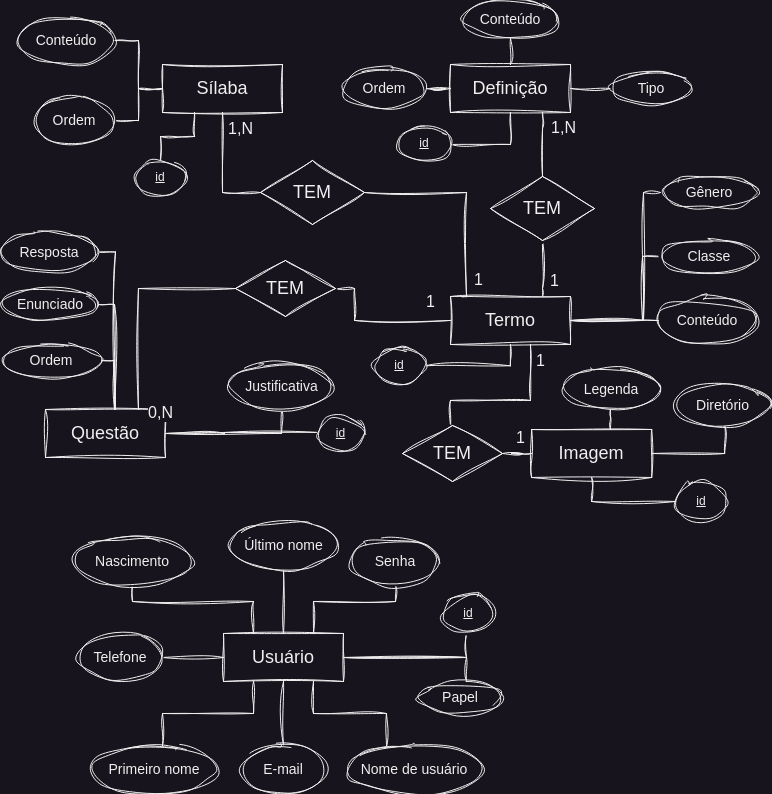
Before: db_diagrams/ERD.png, a diagram exported from draw.io (isaque-dantas/matemates). Source tidied: cells renumbered, new cells last; positions are measured from the earlier drawing's top-left corner, leaving out a move shared by most shapes.
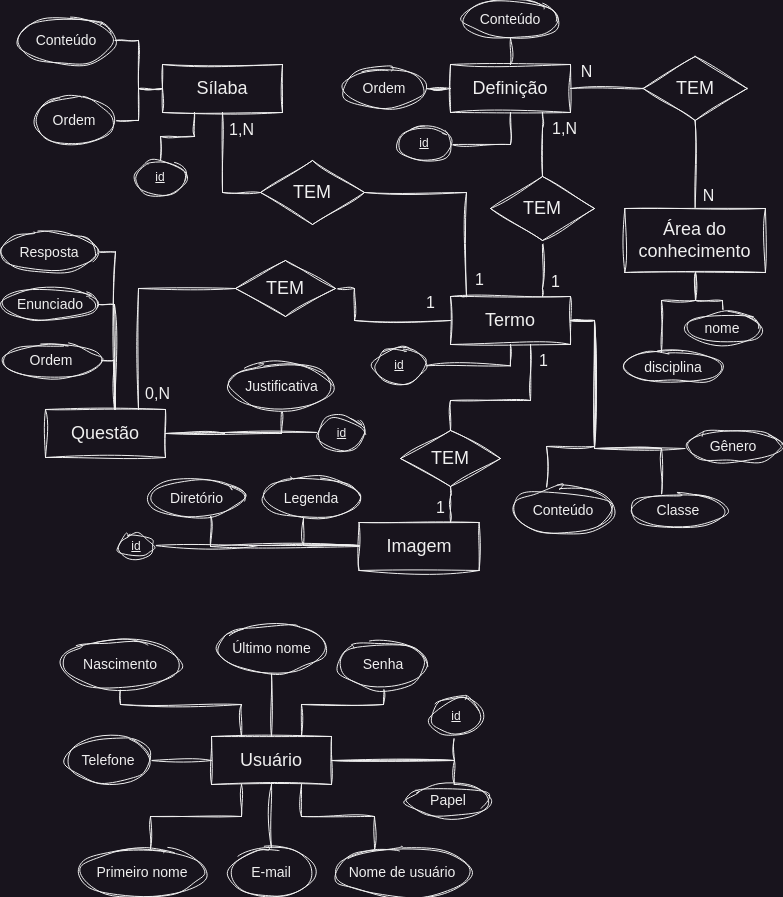
After the change.

Diff of the diagram source:
```diff
@@ -3,7 +3,7 @@
     <mxCell id="0" />
     <mxCell id="1" parent="0" />
     <mxCell id="2" value="&lt;font style=&quot;font-size: 18px;&quot;&gt;Imagem&lt;/font&gt;" style="rounded=0;whiteSpace=wrap;html=1;sketch=1;hachureGap=4;jiggle=2;curveFitting=1;labelBackgroundColor=none;" parent="1" vertex="1">
-      <mxGeometry x="531.2" y="429" width="120" height="48" as="geometry" />
+      <mxGeometry x="358.6" y="522" width="120" height="48" as="geometry" />
     </mxCell>
     <mxCell id="3" style="edgeStyle=orthogonalEdgeStyle;rounded=0;sketch=1;hachureGap=4;jiggle=2;curveFitting=1;jettySize=auto;html=1;endArrow=none;endFill=0;" parent="1" edge="1" source="5" target="21">
       <mxGeometry relative="1" as="geometry">
@@ -31,7 +31,7 @@
       <mxGeometry x="45" y="409" width="120" height="48" as="geometry" />
     </mxCell>
     <mxCell id="9" value="&lt;font style=&quot;font-size: 18px;&quot;&gt;Usuário&lt;br&gt;&lt;/font&gt;" style="rounded=0;whiteSpace=wrap;html=1;sketch=1;hachureGap=4;jiggle=2;curveFitting=1;labelBackgroundColor=none;" parent="1" vertex="1">
-      <mxGeometry x="223" y="633" width="120" height="48" as="geometry" />
+      <mxGeometry x="211" y="736" width="120" height="48" as="geometry" />
     </mxCell>
     <mxCell id="10" style="edgeStyle=orthogonalEdgeStyle;rounded=0;sketch=1;hachureGap=4;jiggle=2;curveFitting=1;jettySize=auto;html=1;endArrow=none;endFill=0;" parent="1" edge="1" source="11" target="7">
       <mxGeometry relative="1" as="geometry" />
@@ -101,42 +101,41 @@
     <mxCell id="25" value="&lt;font style=&quot;font-size: 14px;&quot;&gt;Ordem&lt;/font&gt;" style="ellipse;whiteSpace=wrap;html=1;sketch=1;hachureGap=4;jiggle=2;curveFitting=1;" parent="1" vertex="1">
       <mxGeometry x="343" y="68" width="82" height="40" as="geometry" />
     </mxCell>
-    <mxCell id="26" style="edgeStyle=orthogonalEdgeStyle;rounded=0;sketch=1;hachureGap=4;jiggle=2;curveFitting=1;jettySize=auto;html=1;entryX=1;entryY=0.5;entryDx=0;entryDy=0;endArrow=none;endFill=0;" parent="1" edge="1" source="27" target="6">
-      <mxGeometry relative="1" as="geometry">
-        <Array as="points">
-          <mxPoint x="642" y="88" />
-        </Array>
-      </mxGeometry>
-    </mxCell>
-    <mxCell id="27" value="&lt;font style=&quot;font-size: 14px;&quot;&gt;Tipo&lt;/font&gt;" style="ellipse;whiteSpace=wrap;html=1;sketch=1;hachureGap=4;jiggle=2;curveFitting=1;" parent="1" vertex="1">
-      <mxGeometry x="610" y="72" width="82" height="32" as="geometry" />
-    </mxCell>
     <mxCell id="28" style="edgeStyle=orthogonalEdgeStyle;rounded=0;sketch=1;hachureGap=4;jiggle=2;curveFitting=1;jettySize=auto;html=1;endArrow=none;endFill=0;" parent="1" edge="1" source="29" target="5">
-      <mxGeometry relative="1" as="geometry" />
+      <mxGeometry relative="1" as="geometry">
+        <Array as="points">
+          <mxPoint x="546" y="446" />
+          <mxPoint x="594" y="446" />
+          <mxPoint x="594" y="320" />
+        </Array>
+      </mxGeometry>
     </mxCell>
     <mxCell id="29" value="&lt;font style=&quot;font-size: 14px;&quot;&gt;Conteúdo&lt;/font&gt;" style="ellipse;whiteSpace=wrap;html=1;sketch=1;hachureGap=4;jiggle=2;curveFitting=1;" parent="1" vertex="1">
-      <mxGeometry x="658" y="296" width="98" height="48" as="geometry" />
+      <mxGeometry x="514" y="486" width="98" height="48" as="geometry" />
     </mxCell>
     <mxCell id="30" style="edgeStyle=orthogonalEdgeStyle;rounded=0;sketch=1;hachureGap=4;jiggle=2;curveFitting=1;jettySize=auto;html=1;endArrow=none;endFill=0;" parent="1" edge="1" source="31" target="5">
       <mxGeometry relative="1" as="geometry">
         <Array as="points">
-          <mxPoint x="643" y="320" />
+          <mxPoint x="733" y="448" />
+          <mxPoint x="594" y="448" />
+          <mxPoint x="594" y="320" />
         </Array>
       </mxGeometry>
     </mxCell>
     <mxCell id="31" value="&lt;font style=&quot;font-size: 14px;&quot;&gt;Gênero&lt;/font&gt;" style="ellipse;whiteSpace=wrap;html=1;sketch=1;hachureGap=4;jiggle=2;curveFitting=1;" parent="1" vertex="1">
-      <mxGeometry x="660" y="176" width="98" height="32" as="geometry" />
+      <mxGeometry x="684" y="430" width="98" height="32" as="geometry" />
     </mxCell>
     <mxCell id="32" style="edgeStyle=orthogonalEdgeStyle;rounded=0;sketch=1;hachureGap=4;jiggle=2;curveFitting=1;jettySize=auto;html=1;endArrow=none;endFill=0;" parent="1" edge="1" source="33" target="5">
       <mxGeometry relative="1" as="geometry">
         <Array as="points">
-          <mxPoint x="642" y="256" />
-          <mxPoint x="642" y="320" />
+          <mxPoint x="661" y="448" />
+          <mxPoint x="594" y="448" />
+          <mxPoint x="594" y="320" />
         </Array>
       </mxGeometry>
     </mxCell>
     <mxCell id="33" value="&lt;font style=&quot;font-size: 14px;&quot;&gt;Classe&lt;/font&gt;" style="ellipse;whiteSpace=wrap;html=1;sketch=1;hachureGap=4;jiggle=2;curveFitting=1;" parent="1" vertex="1">
-      <mxGeometry x="660" y="240" width="98" height="32" as="geometry" />
+      <mxGeometry x="629.4" y="494" width="98" height="32" as="geometry" />
     </mxCell>
     <mxCell id="34" style="edgeStyle=orthogonalEdgeStyle;rounded=0;sketch=1;hachureGap=4;jiggle=2;curveFitting=1;jettySize=auto;html=1;endArrow=none;endFill=0;" parent="1" edge="1" source="38" target="5">
       <mxGeometry relative="1" as="geometry">
@@ -160,7 +159,7 @@
     </mxCell>
     <mxCell id="37" value="&lt;font style=&quot;font-size: 16px;&quot;&gt;0,&lt;/font&gt;&lt;span style=&quot;font-size: 16px;&quot;&gt;N&lt;/span&gt;" style="edgeLabel;html=1;align=center;verticalAlign=middle;sketch=1;hachureGap=4;jiggle=2;curveFitting=1;" parent="36" vertex="1">
       <mxGeometry x="-0.83" y="1" relative="1" as="geometry">
-        <mxPoint x="-57" y="123" as="offset" />
+        <mxPoint x="-61" y="103" as="offset" />
       </mxGeometry>
     </mxCell>
     <mxCell id="38" value="&lt;span style=&quot;font-size: 18px;&quot;&gt;TEM&lt;/span&gt;" style="rhombus;whiteSpace=wrap;html=1;sketch=1;hachureGap=4;jiggle=2;curveFitting=1;" parent="1" vertex="1">
@@ -207,11 +206,16 @@
       <mxGeometry y="231" width="98" height="41" as="geometry" />
     </mxCell>
     <mxCell id="47" style="edgeStyle=orthogonalEdgeStyle;rounded=0;sketch=1;hachureGap=4;jiggle=2;curveFitting=1;jettySize=auto;html=1;endArrow=none;endFill=0;" parent="1" edge="1" source="51" target="2">
-      <mxGeometry relative="1" as="geometry" />
+      <mxGeometry relative="1" as="geometry">
+        <Array as="points">
+          <mxPoint x="450" y="496" />
+          <mxPoint x="450" y="496" />
+        </Array>
+      </mxGeometry>
     </mxCell>
     <mxCell id="48" value="&lt;font style=&quot;font-size: 16px;&quot;&gt;1&lt;/font&gt;" style="edgeLabel;html=1;align=center;verticalAlign=middle;sketch=1;hachureGap=4;jiggle=2;curveFitting=1;" parent="47" vertex="1">
       <mxGeometry x="0.59" y="1" relative="1" as="geometry">
-        <mxPoint x="-2" y="-15" as="offset" />
+        <mxPoint x="-12" y="-9" as="offset" />
       </mxGeometry>
     </mxCell>
     <mxCell id="49" style="edgeStyle=orthogonalEdgeStyle;rounded=0;sketch=1;hachureGap=4;jiggle=2;curveFitting=1;jettySize=auto;html=1;endArrow=none;endFill=0;" parent="1" edge="1" source="51" target="5">
@@ -224,120 +228,124 @@
     </mxCell>
     <mxCell id="50" value="&lt;font style=&quot;font-size: 16px;&quot;&gt;1&lt;/font&gt;" style="edgeLabel;html=1;align=center;verticalAlign=middle;sketch=1;hachureGap=4;jiggle=2;curveFitting=1;" parent="49" vertex="1">
       <mxGeometry x="0.8" y="1" relative="1" as="geometry">
-        <mxPoint x="11" as="offset" />
+        <mxPoint x="13" y="-1" as="offset" />
       </mxGeometry>
     </mxCell>
     <mxCell id="51" value="&lt;span style=&quot;font-size: 18px;&quot;&gt;TEM&lt;/span&gt;" style="rhombus;whiteSpace=wrap;html=1;sketch=1;hachureGap=4;jiggle=2;curveFitting=1;" parent="1" vertex="1">
-      <mxGeometry x="402" y="425" width="100" height="56" as="geometry" />
+      <mxGeometry x="400" y="430" width="100" height="56" as="geometry" />
     </mxCell>
     <mxCell id="52" style="edgeStyle=orthogonalEdgeStyle;rounded=0;sketch=1;hachureGap=4;jiggle=2;curveFitting=1;jettySize=auto;html=1;endArrow=none;endFill=0;" parent="1" edge="1" source="53" target="2">
       <mxGeometry relative="1" as="geometry">
         <Array as="points">
-          <mxPoint x="724.2" y="453" />
+          <mxPoint x="210" y="546" />
         </Array>
       </mxGeometry>
     </mxCell>
     <mxCell id="53" value="&lt;span style=&quot;font-size: 14px;&quot;&gt;Diretório&lt;/span&gt;" style="ellipse;whiteSpace=wrap;html=1;sketch=1;hachureGap=4;jiggle=2;curveFitting=1;" parent="1" vertex="1">
-      <mxGeometry x="675.2" y="384" width="94.8" height="41" as="geometry" />
+      <mxGeometry x="149.2" y="479.5" width="94.8" height="36" as="geometry" />
     </mxCell>
     <mxCell id="54" style="edgeStyle=orthogonalEdgeStyle;rounded=0;sketch=1;hachureGap=4;jiggle=2;curveFitting=1;jettySize=auto;html=1;endArrow=none;endFill=0;" parent="1" edge="1" source="55" target="2">
       <mxGeometry relative="1" as="geometry">
         <Array as="points">
-          <mxPoint x="610" y="416" />
-          <mxPoint x="610" y="416" />
+          <mxPoint x="303" y="545" />
         </Array>
       </mxGeometry>
     </mxCell>
     <mxCell id="55" value="&lt;span style=&quot;font-size: 14px;&quot;&gt;Legenda&lt;/span&gt;" style="ellipse;whiteSpace=wrap;html=1;sketch=1;hachureGap=4;jiggle=2;curveFitting=1;" parent="1" vertex="1">
-      <mxGeometry x="562" y="368" width="98" height="41" as="geometry" />
+      <mxGeometry x="262" y="477" width="98" height="41" as="geometry" />
     </mxCell>
     <mxCell id="56" style="edgeStyle=orthogonalEdgeStyle;rounded=0;sketch=1;hachureGap=4;jiggle=2;curveFitting=1;jettySize=auto;html=1;endArrow=none;endFill=0;entryX=0.25;entryY=1;entryDx=0;entryDy=0;" parent="1" edge="1" source="57" target="9">
       <mxGeometry relative="1" as="geometry">
         <Array as="points">
-          <mxPoint x="162" y="713" />
-          <mxPoint x="253" y="713" />
+          <mxPoint x="150" y="816" />
+          <mxPoint x="241" y="816" />
         </Array>
       </mxGeometry>
     </mxCell>
     <mxCell id="57" value="&lt;span style=&quot;font-size: 14px;&quot;&gt;Primeiro nome&lt;/span&gt;" style="ellipse;whiteSpace=wrap;html=1;sketch=1;hachureGap=4;jiggle=2;curveFitting=1;" parent="1" vertex="1">
-      <mxGeometry x="90" y="745" width="128" height="48" as="geometry" />
+      <mxGeometry x="78" y="848" width="128" height="48" as="geometry" />
     </mxCell>
     <mxCell id="58" style="edgeStyle=orthogonalEdgeStyle;rounded=0;sketch=1;hachureGap=4;jiggle=2;curveFitting=1;jettySize=auto;html=1;endArrow=none;endFill=0;" parent="1" edge="1" source="59" target="9">
       <mxGeometry relative="1" as="geometry" />
     </mxCell>
     <mxCell id="59" value="&lt;span style=&quot;font-size: 14px;&quot;&gt;Último nome&lt;/span&gt;" style="ellipse;whiteSpace=wrap;html=1;sketch=1;hachureGap=4;jiggle=2;curveFitting=1;" parent="1" vertex="1">
-      <mxGeometry x="229.5" y="521" width="107" height="48" as="geometry" />
+      <mxGeometry x="217.5" y="624" width="107" height="48" as="geometry" />
     </mxCell>
     <mxCell id="60" style="edgeStyle=orthogonalEdgeStyle;rounded=0;sketch=1;hachureGap=4;jiggle=2;curveFitting=1;jettySize=auto;html=1;endArrow=none;endFill=0;entryX=0.75;entryY=0;entryDx=0;entryDy=0;" parent="1" edge="1" source="61" target="9">
       <mxGeometry relative="1" as="geometry">
         <Array as="points">
-          <mxPoint x="395" y="601" />
-          <mxPoint x="313" y="601" />
+          <mxPoint x="383" y="704" />
+          <mxPoint x="301" y="704" />
         </Array>
       </mxGeometry>
     </mxCell>
     <mxCell id="61" value="&lt;span style=&quot;font-size: 14px;&quot;&gt;Senha&lt;/span&gt;" style="ellipse;whiteSpace=wrap;html=1;sketch=1;hachureGap=4;jiggle=2;curveFitting=1;" parent="1" vertex="1">
-      <mxGeometry x="351" y="537" width="88" height="48" as="geometry" />
+      <mxGeometry x="339" y="640" width="88" height="48" as="geometry" />
     </mxCell>
     <mxCell id="62" style="edgeStyle=orthogonalEdgeStyle;rounded=0;sketch=1;hachureGap=4;jiggle=2;curveFitting=1;jettySize=auto;html=1;endArrow=none;endFill=0;" parent="1" edge="1" source="63" target="9">
       <mxGeometry relative="1" as="geometry" />
     </mxCell>
     <mxCell id="63" value="&lt;span style=&quot;font-size: 14px;&quot;&gt;E-mail&lt;/span&gt;" style="ellipse;whiteSpace=wrap;html=1;sketch=1;hachureGap=4;jiggle=2;curveFitting=1;" parent="1" vertex="1">
-      <mxGeometry x="241" y="745" width="84" height="48" as="geometry" />
+      <mxGeometry x="229" y="848" width="84" height="48" as="geometry" />
     </mxCell>
     <mxCell id="64" style="edgeStyle=orthogonalEdgeStyle;rounded=0;sketch=1;hachureGap=4;jiggle=2;curveFitting=1;jettySize=auto;html=1;endArrow=none;endFill=0;" parent="1" edge="1" source="65" target="9">
       <mxGeometry relative="1" as="geometry" />
     </mxCell>
     <mxCell id="65" value="&lt;span style=&quot;font-size: 14px;&quot;&gt;Telefone&lt;/span&gt;" style="ellipse;whiteSpace=wrap;html=1;sketch=1;hachureGap=4;jiggle=2;curveFitting=1;" parent="1" vertex="1">
-      <mxGeometry x="78" y="633" width="84" height="48" as="geometry" />
+      <mxGeometry x="66" y="736" width="84" height="48" as="geometry" />
     </mxCell>
     <mxCell id="66" style="edgeStyle=orthogonalEdgeStyle;rounded=0;sketch=1;hachureGap=4;jiggle=2;curveFitting=1;jettySize=auto;html=1;endArrow=none;endFill=0;" parent="1" edge="1" source="67" target="9">
       <mxGeometry relative="1" as="geometry">
         <Array as="points">
-          <mxPoint x="466" y="657" />
+          <mxPoint x="454" y="760" />
         </Array>
       </mxGeometry>
     </mxCell>
     <mxCell id="67" value="&lt;span style=&quot;font-size: 14px;&quot;&gt;Papel&lt;/span&gt;" style="ellipse;whiteSpace=wrap;html=1;sketch=1;hachureGap=4;jiggle=2;curveFitting=1;" parent="1" vertex="1">
-      <mxGeometry x="418" y="681" width="84" height="32" as="geometry" />
+      <mxGeometry x="406" y="784" width="84" height="32" as="geometry" />
     </mxCell>
     <mxCell id="68" style="edgeStyle=orthogonalEdgeStyle;rounded=0;sketch=1;hachureGap=4;jiggle=2;curveFitting=1;jettySize=auto;html=1;endArrow=none;endFill=0;entryX=0.25;entryY=0;entryDx=0;entryDy=0;" parent="1" edge="1" source="69" target="9">
       <mxGeometry relative="1" as="geometry">
         <Array as="points">
-          <mxPoint x="132" y="601" />
-          <mxPoint x="253" y="601" />
+          <mxPoint x="120" y="704" />
+          <mxPoint x="241" y="704" />
         </Array>
       </mxGeometry>
     </mxCell>
     <mxCell id="69" value="&lt;span style=&quot;font-size: 14px;&quot;&gt;Nascimento&lt;/span&gt;" style="ellipse;whiteSpace=wrap;html=1;sketch=1;hachureGap=4;jiggle=2;curveFitting=1;" parent="1" vertex="1">
-      <mxGeometry x="72" y="537" width="120" height="48" as="geometry" />
+      <mxGeometry x="60" y="640" width="120" height="48" as="geometry" />
     </mxCell>
     <mxCell id="70" style="edgeStyle=orthogonalEdgeStyle;rounded=0;sketch=1;hachureGap=4;jiggle=2;curveFitting=1;jettySize=auto;html=1;endArrow=none;endFill=0;entryX=0.75;entryY=1;entryDx=0;entryDy=0;" parent="1" edge="1" source="71" target="9">
       <mxGeometry relative="1" as="geometry">
         <Array as="points">
-          <mxPoint x="386" y="713" />
-          <mxPoint x="313" y="713" />
+          <mxPoint x="374" y="816" />
+          <mxPoint x="301" y="816" />
         </Array>
       </mxGeometry>
     </mxCell>
     <mxCell id="71" value="&lt;span style=&quot;font-size: 14px;&quot;&gt;Nome de usuário&lt;/span&gt;" style="ellipse;whiteSpace=wrap;html=1;sketch=1;hachureGap=4;jiggle=2;curveFitting=1;" parent="1" vertex="1">
-      <mxGeometry x="346" y="745" width="136" height="48" as="geometry" />
+      <mxGeometry x="334" y="848" width="136" height="48" as="geometry" />
     </mxCell>
     <mxCell id="72" style="edgeStyle=orthogonalEdgeStyle;rounded=0;sketch=1;hachureGap=4;jiggle=2;curveFitting=1;jettySize=auto;html=1;endArrow=none;endFill=0;" parent="1" edge="1" source="73" target="9">
       <mxGeometry relative="1" as="geometry">
         <Array as="points">
-          <mxPoint x="466" y="657" />
+          <mxPoint x="454" y="760" />
         </Array>
       </mxGeometry>
     </mxCell>
     <mxCell id="73" value="id" style="ellipse;whiteSpace=wrap;html=1;align=center;fontStyle=4;sketch=1;hachureGap=4;jiggle=2;curveFitting=1;" parent="1" vertex="1">
-      <mxGeometry x="442" y="593" width="52" height="40" as="geometry" />
+      <mxGeometry x="430" y="696" width="52" height="40" as="geometry" />
     </mxCell>
     <mxCell id="74" style="edgeStyle=orthogonalEdgeStyle;rounded=0;sketch=1;hachureGap=4;jiggle=2;curveFitting=1;jettySize=auto;html=1;endArrow=none;endFill=0;" parent="1" edge="1" source="75" target="2">
-      <mxGeometry relative="1" as="geometry" />
+      <mxGeometry relative="1" as="geometry">
+        <Array as="points">
+          <mxPoint x="258" y="545" />
+          <mxPoint x="258" y="545" />
+        </Array>
+      </mxGeometry>
     </mxCell>
     <mxCell id="75" value="id" style="ellipse;whiteSpace=wrap;html=1;align=center;fontStyle=4;sketch=1;hachureGap=4;jiggle=2;curveFitting=1;" parent="1" vertex="1">
-      <mxGeometry x="675.2" y="481" width="52" height="40" as="geometry" />
+      <mxGeometry x="118" y="534" width="36" height="24" as="geometry" />
     </mxCell>
     <mxCell id="76" style="edgeStyle=orthogonalEdgeStyle;rounded=0;sketch=1;hachureGap=4;jiggle=2;curveFitting=1;jettySize=auto;html=1;endArrow=none;endFill=0;" parent="1" edge="1" source="77" target="8">
       <mxGeometry relative="1" as="geometry">
@@ -377,5 +385,49 @@
     <mxCell id="83" value="id" style="ellipse;whiteSpace=wrap;html=1;align=center;fontStyle=4;sketch=1;hachureGap=4;jiggle=2;curveFitting=1;" parent="1" vertex="1">
       <mxGeometry x="398" y="125.5" width="52" height="34.5" as="geometry" />
     </mxCell>
+    <mxCell id="84" style="edgeStyle=orthogonalEdgeStyle;rounded=0;sketch=1;hachureGap=4;jiggle=2;curveFitting=1;jettySize=auto;html=1;fontFamily=Architects Daughter;fontSource=https%3A%2F%2Ffonts.googleapis.com%2Fcss%3Ffamily%3DArchitects%2BDaughter;endArrow=none;endFill=0;" parent="1" edge="1" source="86" target="89">
+      <mxGeometry relative="1" as="geometry" />
+    </mxCell>
+    <mxCell id="85" value="&lt;font face=&quot;Helvetica&quot;&gt;&lt;span style=&quot;font-size: 16px;&quot;&gt;N&lt;/span&gt;&lt;/font&gt;" style="edgeLabel;html=1;align=center;verticalAlign=middle;sketch=1;hachureGap=4;jiggle=2;curveFitting=1;fontFamily=Architects Daughter;fontSource=https%3A%2F%2Ffonts.googleapis.com%2Fcss%3Ffamily%3DArchitects%2BDaughter;" parent="84" vertex="1">
+      <mxGeometry x="-0.61" relative="1" as="geometry">
+        <mxPoint x="13" y="3" as="offset" />
+      </mxGeometry>
+    </mxCell>
+    <mxCell id="86" value="&lt;font style=&quot;font-size: 18px;&quot;&gt;Área do conhecimento&lt;br&gt;&lt;/font&gt;" style="rounded=0;whiteSpace=wrap;html=1;sketch=1;hachureGap=4;jiggle=2;curveFitting=1;labelBackgroundColor=none;" parent="1" vertex="1">
+      <mxGeometry x="624.3" y="208" width="140.6" height="64" as="geometry" />
+    </mxCell>
+    <mxCell id="87" style="edgeStyle=orthogonalEdgeStyle;rounded=0;sketch=1;hachureGap=4;jiggle=2;curveFitting=1;jettySize=auto;html=1;fontFamily=Architects Daughter;fontSource=https%3A%2F%2Ffonts.googleapis.com%2Fcss%3Ffamily%3DArchitects%2BDaughter;endArrow=none;endFill=0;" parent="1" edge="1" source="89" target="6">
+      <mxGeometry relative="1" as="geometry" />
+    </mxCell>
+    <mxCell id="88" value="&lt;span style=&quot;font-family: Helvetica; font-size: 16px;&quot;&gt;N&lt;/span&gt;" style="edgeLabel;html=1;align=center;verticalAlign=middle;sketch=1;hachureGap=4;jiggle=2;curveFitting=1;fontFamily=Architects Daughter;fontSource=https%3A%2F%2Ffonts.googleapis.com%2Fcss%3Ffamily%3DArchitects%2BDaughter;" parent="87" vertex="1">
+      <mxGeometry x="0.57" relative="1" as="geometry">
+        <mxPoint y="-18" as="offset" />
+      </mxGeometry>
+    </mxCell>
+    <mxCell id="89" value="&lt;font style=&quot;font-size: 18px;&quot;&gt;TEM&lt;/font&gt;" style="rhombus;whiteSpace=wrap;html=1;sketch=1;hachureGap=4;jiggle=2;curveFitting=1;" parent="1" vertex="1">
+      <mxGeometry x="642.6" y="56" width="104" height="64" as="geometry" />
+    </mxCell>
+    <mxCell id="90" style="edgeStyle=orthogonalEdgeStyle;rounded=0;sketch=1;hachureGap=4;jiggle=2;curveFitting=1;jettySize=auto;html=1;fontFamily=Architects Daughter;fontSource=https%3A%2F%2Ffonts.googleapis.com%2Fcss%3Ffamily%3DArchitects%2BDaughter;endArrow=none;endFill=0;" parent="1" edge="1" source="91" target="86">
+      <mxGeometry relative="1" as="geometry">
+        <Array as="points">
+          <mxPoint x="722" y="300" />
+          <mxPoint x="695" y="300" />
+        </Array>
+      </mxGeometry>
+    </mxCell>
+    <mxCell id="91" value="&lt;font style=&quot;font-size: 14px;&quot;&gt;nome&lt;/font&gt;" style="ellipse;whiteSpace=wrap;html=1;sketch=1;hachureGap=4;jiggle=2;curveFitting=1;" parent="1" vertex="1">
+      <mxGeometry x="684" y="312" width="76" height="32" as="geometry" />
+    </mxCell>
+    <mxCell id="92" style="edgeStyle=orthogonalEdgeStyle;rounded=0;sketch=1;hachureGap=4;jiggle=2;curveFitting=1;jettySize=auto;html=1;fontFamily=Architects Daughter;fontSource=https%3A%2F%2Ffonts.googleapis.com%2Fcss%3Ffamily%3DArchitects%2BDaughter;endArrow=none;endFill=0;" parent="1" edge="1" source="93" target="86">
+      <mxGeometry relative="1" as="geometry">
+        <Array as="points">
+          <mxPoint x="661" y="300" />
+          <mxPoint x="695" y="300" />
+        </Array>
+      </mxGeometry>
+    </mxCell>
+    <mxCell id="93" value="&lt;font style=&quot;font-size: 14px;&quot;&gt;disciplina&lt;/font&gt;" style="ellipse;whiteSpace=wrap;html=1;sketch=1;hachureGap=4;jiggle=2;curveFitting=1;" parent="1" vertex="1">
+      <mxGeometry x="624.3" y="350.5" width="98" height="32" as="geometry" />
+    </mxCell>
   </root>
 </mxGraphModel>
```
